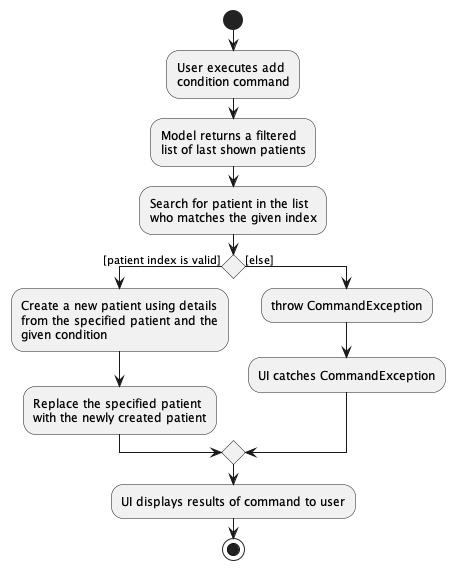
nus-cs2103-AY2223S1/tp keeps this PlantUML diagram as docs/images/AddConditionActivityDiagram.png. Above is the earlier version. Source of this version:
```plantuml
@startuml
start
:User executes add
condition command;

:Model returns a filtered
list of last shown patients;

:Search for patient in the list
who matches the given index;

if () then ([patient index is valid])
    :Create a new patient using details
    from the specified patient and the
    given condition;
    :Replace the specified patient\nwith the newly created patient;
else ([else])
    :throw CommandException;
    :UI catches CommandException;
endif
:UI displays results of command to user;
stop
@enduml
```
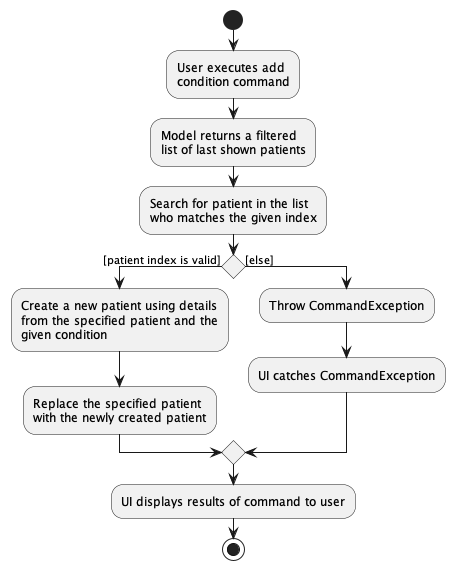
Above is the later version.

Commit message:
Fix capitalization in activity diagram

Diff of the diagram source:
```diff
@@ -15,7 +15,7 @@
     given condition;
     :Replace the specified patient\nwith the newly created patient;
 else ([else])
-    :throw CommandException;
+    :Throw CommandException;
     :UI catches CommandException;
 endif
 :UI displays results of command to user;
```
